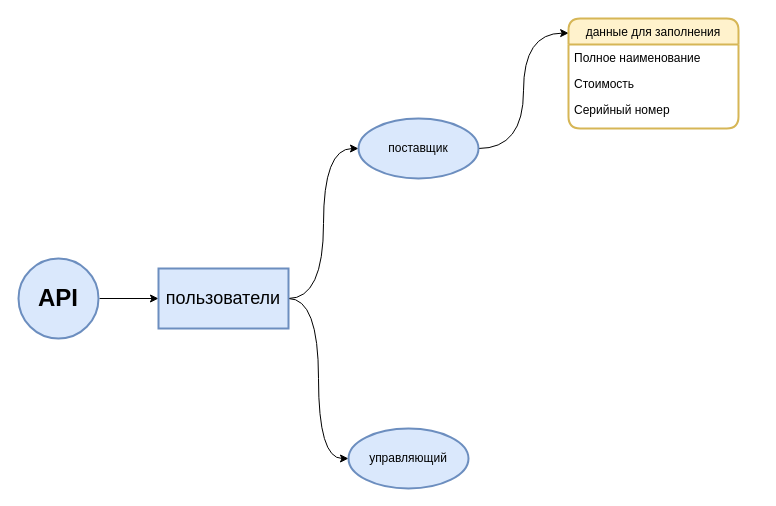
The draw.io diagram job.White_whale.drawio in tomafoks/my-mind, before the edit. Source tidied: cells renumbered, new cells numbered last; positions are measured from the earlier drawing's top-left corner, leaving out a move shared by most shapes. Both pictures are drawn from the tidied source at 100%, with x=0, y=0 at pixel (18, 18).
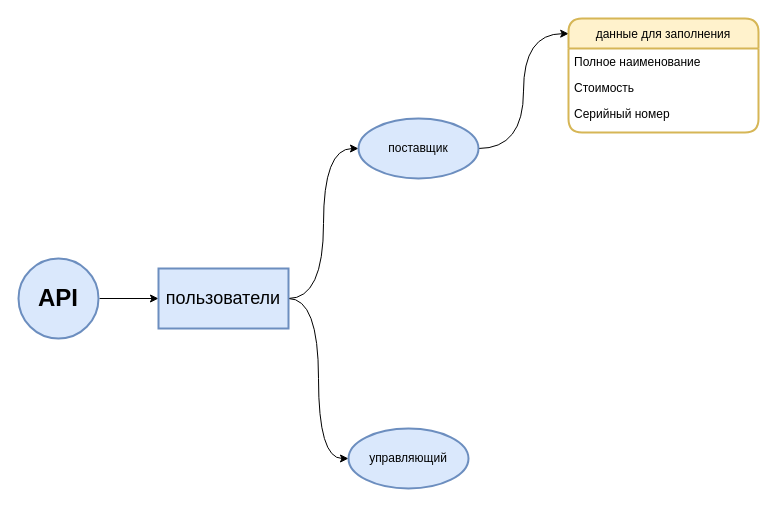
After the change.

Diff of the diagram source:
```diff
@@
 <mxGraphModel>
   <root>
     <mxCell id="0" />
     <mxCell id="1" parent="0" />
     <mxCell id="2" style="edgeStyle=orthogonalEdgeStyle;rounded=0;jettySize=auto;html=1;" parent="1" edge="1" source="3" target="6">
       <mxGeometry relative="1" as="geometry" />
     </mxCell>
     <mxCell id="3" value="&lt;b&gt;&lt;font style=&quot;font-size: 24px&quot;&gt;API&lt;/font&gt;&lt;/b&gt;" style="ellipse;whiteSpace=wrap;html=1;strokeWidth=2;perimeterSpacing=1;fillColor=#dae8fc;strokeColor=#6c8ebf;" parent="1" vertex="1">
       <mxGeometry y="240" width="80" height="80" as="geometry" />
     </mxCell>
     <mxCell id="4" style="edgeStyle=orthogonalEdgeStyle;rounded=0;jettySize=auto;html=1;entryX=0;entryY=0.5;entryDx=0;entryDy=0;curved=1;" parent="1" edge="1" source="6" target="9">
       <mxGeometry relative="1" as="geometry" />
     </mxCell>
     <mxCell id="5" style="edgeStyle=orthogonalEdgeStyle;curved=1;rounded=0;jettySize=auto;html=1;entryX=0;entryY=0.5;entryDx=0;entryDy=0;" parent="1" edge="1" source="6" target="8">
       <mxGeometry relative="1" as="geometry" />
     </mxCell>
     <mxCell id="6" value="&lt;font style=&quot;font-size: 18px&quot;&gt;пользователи&lt;/font&gt;" style="whiteSpace=wrap;html=1;strokeColor=#6c8ebf;strokeWidth=2;fillColor=#dae8fc;" parent="1" vertex="1">
       <mxGeometry x="140" y="250" width="130" height="60" as="geometry" />
     </mxCell>
     <mxCell id="7" style="edgeStyle=orthogonalEdgeStyle;curved=1;rounded=0;jettySize=auto;html=1;entryX=0.001;entryY=0.133;entryDx=0;entryDy=0;entryPerimeter=0;" parent="1" edge="1" source="8" target="10">
       <mxGeometry relative="1" as="geometry" />
     </mxCell>
     <mxCell id="8" value="поставщик" style="ellipse;whiteSpace=wrap;html=1;strokeColor=#6c8ebf;strokeWidth=2;fillColor=#dae8fc;" parent="1" vertex="1">
       <mxGeometry x="340" y="100" width="120" height="60" as="geometry" />
     </mxCell>
     <mxCell id="9" value="управляющий" style="ellipse;whiteSpace=wrap;html=1;strokeColor=#6c8ebf;strokeWidth=2;fillColor=#dae8fc;" parent="1" vertex="1">
       <mxGeometry x="330" y="410" width="120" height="60" as="geometry" />
     </mxCell>
-    <mxCell id="10" value="данные для заполнения" style="swimlane;fontStyle=0;horizontal=1;startSize=26;strokeWidth=2;glass=0;shadow=0;rounded=1;fillColor=#fff2cc;strokeColor=#d6b656;" parent="1" vertex="1">
-      <mxGeometry x="550" width="170" height="110" as="geometry" />
+    <mxCell id="10" value="данные для заполнения" style="swimlane;fontStyle=0;horizontal=1;startSize=30;strokeWidth=2;glass=0;shadow=0;rounded=1;fillColor=#fff2cc;strokeColor=#d6b656;comic=0;spacing=2;" parent="1" vertex="1">
+      <mxGeometry x="550" width="190" height="114" as="geometry" />
     </mxCell>
     <mxCell id="11" value="Полное наименование" style="text;strokeColor=none;fillColor=none;align=left;verticalAlign=top;spacingLeft=4;spacingRight=4;overflow=hidden;" parent="10" vertex="1">
-      <mxGeometry y="26" width="170" height="26" as="geometry" />
+      <mxGeometry y="30" width="190" height="26" as="geometry" />
     </mxCell>
     <mxCell id="12" value="Стоимость" style="text;strokeColor=none;fillColor=none;align=left;verticalAlign=top;spacingLeft=4;spacingRight=4;overflow=hidden;" parent="10" vertex="1">
-      <mxGeometry y="52" width="170" height="26" as="geometry" />
+      <mxGeometry y="56" width="190" height="26" as="geometry" />
     </mxCell>
     <mxCell id="13" value="Серийный номер" style="text;strokeColor=none;fillColor=none;align=left;verticalAlign=top;spacingLeft=4;spacingRight=4;overflow=hidden;" parent="10" vertex="1">
-      <mxGeometry y="78" width="170" height="32" as="geometry" />
+      <mxGeometry y="82" width="190" height="32" as="geometry" />
     </mxCell>
   </root>
 </mxGraphModel>
```
